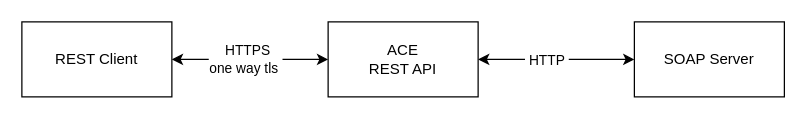
Earlier version of the draw.io diagram figures/ace-soapserver.drawio (bridgecrew-perf6/local-deployment). Source tidied: cells renumbered, new cells numbered last; positions are measured from the earlier drawing's top-left corner, leaving out a move shared by most shapes. Both pictures are drawn from the tidied source at 125%, with x=0, y=0 at pixel (21, 21).
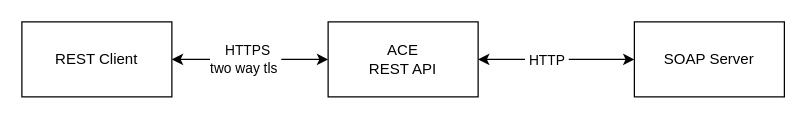
The same page after the edit.

Commit message:
Add figure for ace-client two way tls

Change to the diagram source:
```diff
@@
 <mxGraphModel>
   <root>
     <mxCell id="0" />
     <mxCell id="1" parent="0" />
     <mxCell id="2" style="edgeStyle=orthogonalEdgeStyle;rounded=0;jettySize=auto;html=1;entryX=0;entryY=0.5;entryDx=0;entryDy=0;startArrow=classic;startFill=1;" parent="1" edge="1" source="4" target="5">
       <mxGeometry relative="1" as="geometry" />
     </mxCell>
     <mxCell id="3" value="&amp;nbsp;HTTP&amp;nbsp;" style="edgeLabel;html=1;align=center;verticalAlign=middle;" parent="2" vertex="1">
       <mxGeometry x="-0.18" y="-2" relative="1" as="geometry">
         <mxPoint x="3.9" y="-2" as="offset" />
       </mxGeometry>
     </mxCell>
     <mxCell id="4" value="ACE&lt;br&gt;REST API" style="rounded=0;whiteSpace=wrap;html=1;" parent="1" vertex="1">
       <mxGeometry x="245" width="120" height="60" as="geometry" />
     </mxCell>
     <mxCell id="5" value="SOAP Server" style="rounded=0;whiteSpace=wrap;html=1;" parent="1" vertex="1">
       <mxGeometry x="490" width="120" height="60" as="geometry" />
     </mxCell>
     <mxCell id="6" style="edgeStyle=orthogonalEdgeStyle;rounded=0;jettySize=auto;html=1;entryX=0;entryY=0.5;entryDx=0;entryDy=0;startArrow=classic;startFill=1;" parent="1" edge="1" source="8" target="4">
       <mxGeometry relative="1" as="geometry" />
     </mxCell>
-    <mxCell id="7" value="&amp;nbsp;HTTPS&lt;br&gt;one way tls&amp;nbsp;" style="edgeLabel;html=1;align=center;verticalAlign=middle;" parent="6" vertex="1">
+    <mxCell id="7" value="&amp;nbsp;HTTPS&lt;br&gt;two way tls&amp;nbsp;" style="edgeLabel;html=1;align=center;verticalAlign=middle;" parent="6" vertex="1">
       <mxGeometry x="-0.07" y="1" relative="1" as="geometry" />
     </mxCell>
     <mxCell id="8" value="REST Client" style="rounded=0;whiteSpace=wrap;html=1;" parent="1" vertex="1">
       <mxGeometry width="120" height="60" as="geometry" />
     </mxCell>
   </root>
 </mxGraphModel>
```
